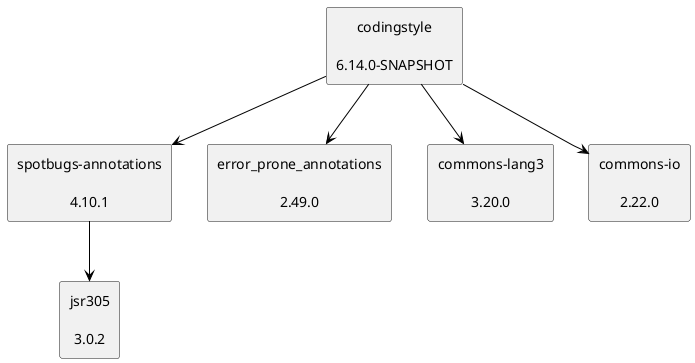
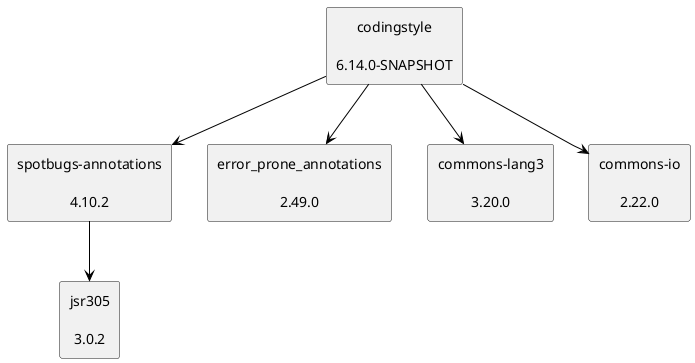
@startuml
skinparam defaultTextAlignment center
skinparam rectangle {
  BackgroundColor<<optional>> beige
  BackgroundColor<<test>> lightGreen
  BackgroundColor<<runtime>> lightBlue
  BackgroundColor<<provided>> lightGray
}
- rectangle "spotbugs-annotations\n\n4.10.1" as com_github_spotbugs_spotbugs_annotations_jar
+ rectangle "spotbugs-annotations\n\n4.10.2" as com_github_spotbugs_spotbugs_annotations_jar
rectangle "jsr305\n\n3.0.2" as com_google_code_findbugs_jsr305_jar
rectangle "codingstyle\n\n6.14.0-SNAPSHOT" as edu_hm_hafner_codingstyle_jar
rectangle "error_prone_annotations\n\n2.49.0" as com_google_errorprone_error_prone_annotations_jar
rectangle "commons-lang3\n\n3.20.0" as org_apache_commons_commons_lang3_jar
rectangle "commons-io\n\n2.22.0" as commons_io_commons_io_jar
com_github_spotbugs_spotbugs_annotations_jar -[#000000]-> com_google_code_findbugs_jsr305_jar
edu_hm_hafner_codingstyle_jar -[#000000]-> com_github_spotbugs_spotbugs_annotations_jar
edu_hm_hafner_codingstyle_jar -[#000000]-> com_google_errorprone_error_prone_annotations_jar
edu_hm_hafner_codingstyle_jar -[#000000]-> org_apache_commons_commons_lang3_jar
edu_hm_hafner_codingstyle_jar -[#000000]-> commons_io_commons_io_jar
@enduml